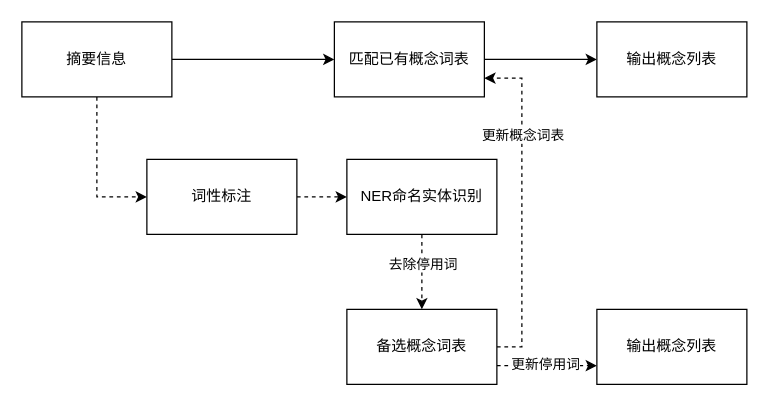
Earlier version of the draw.io diagram tupian/概念挖掘的过程.drawio (JJFatherL/biyesheji). Source tidied: cells renumbered, new cells numbered last; positions are measured from the earlier drawing's top-left corner, leaving out a move shared by most shapes. Both pictures are drawn from the tidied source at 125%, with x=0, y=0 at pixel (21, 21).
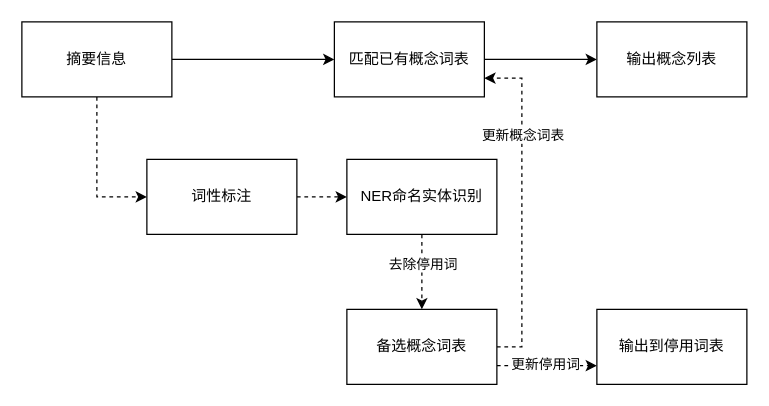
Above is the later version.

Commit message (it also covers changes not shown here):
更新概念挖掘的过程.drawio

Diff of the diagram source:
```diff
@@
-    <mxCell id="18" value="输出概念列表" style="rounded=0;whiteSpace=wrap;html=1;" parent="1" vertex="1">
+    <mxCell id="18" value="输出到停用词表" style="rounded=0;whiteSpace=wrap;html=1;" parent="1" vertex="1">
       <mxGeometry x="460" y="230" width="120" height="60" as="geometry" />
     </mxCell>
```
